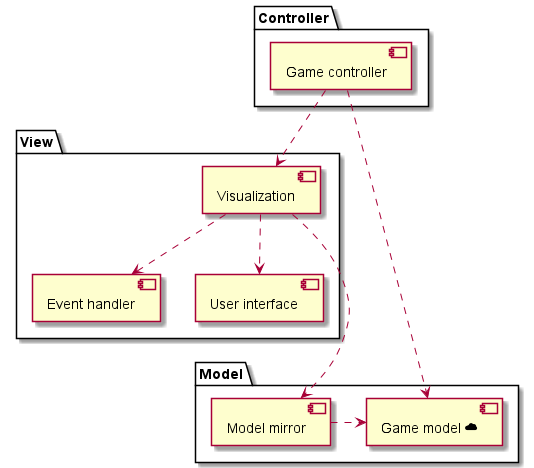
Above: Development/Component/ModelViewController.png in SWA-group-1/PlantUML (PlantUML), before the change.
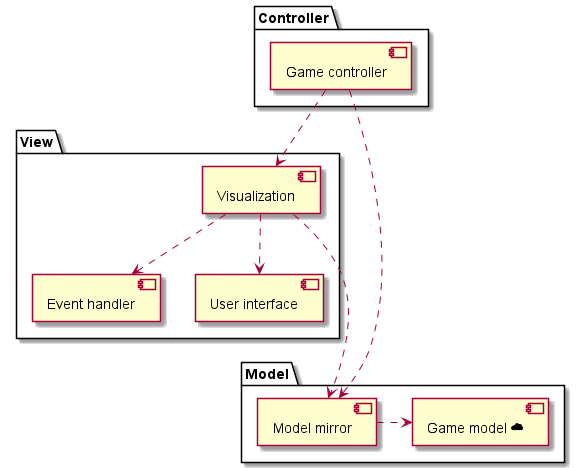
After the commit.

Commit message:
Controller should communicate with Model mirror, not API connector. #7

The edit, as a diff of the source:
```diff
@@ -21,7 +21,7 @@
 }
 
 controller .down.> visualization
-controller .down.> model
+controller .down.> mirror
 visualization .down.> mirror
 event -[hidden]right- mirror
 ui -[hidden]- mirror
```
